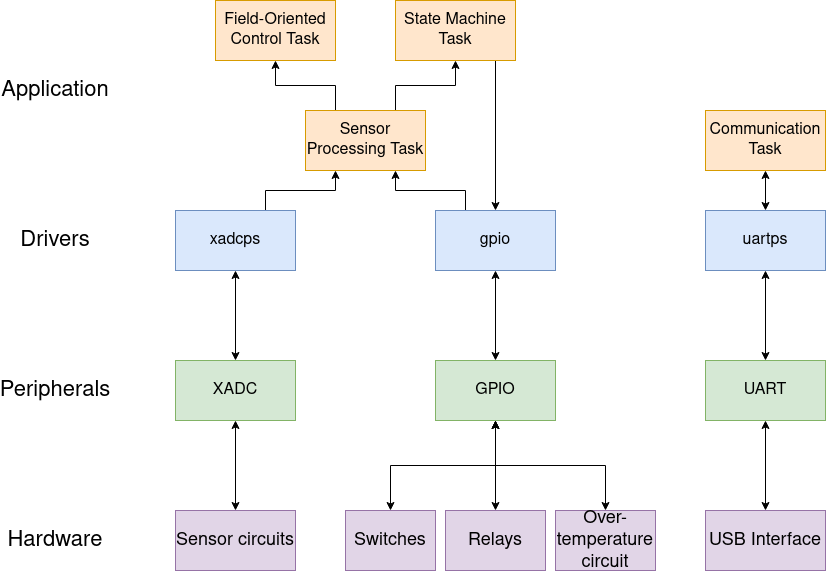
Before: Overview/SoftwareArchitecture.png, a diagram exported from draw.io (SR-Madsen/ElectricGoKart). Source tidied: cells renumbered, new cells last; positions are measured from the earlier drawing's top-left corner, leaving out a move shared by most shapes.
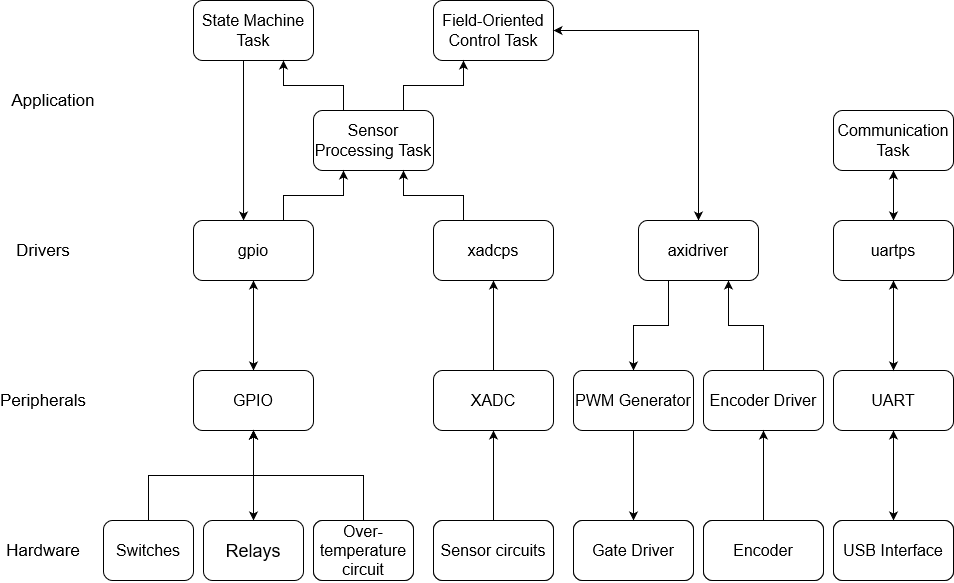
Later version of the same file.

Change to the diagram source:
```diff
@@ -2,108 +2,174 @@
   <root>
     <mxCell id="0" />
     <mxCell id="1" parent="0" />
-    <mxCell id="2" style="edgeStyle=orthogonalEdgeStyle;rounded=0;jettySize=auto;html=1;exitX=0.5;exitY=0;exitDx=0;exitDy=0;entryX=0.5;entryY=1;entryDx=0;entryDy=0;fontSize=16;endArrow=classic;endFill=1;startArrow=classic;startFill=1;" parent="1" edge="1" source="3" target="9">
-      <mxGeometry relative="1" as="geometry" />
-    </mxCell>
-    <mxCell id="3" value="XADC" style="whiteSpace=wrap;html=1;fillColor=#d5e8d4;strokeColor=#82b366;fontSize=16;" parent="1" vertex="1">
-      <mxGeometry x="140" y="360" width="120" height="60" as="geometry" />
-    </mxCell>
-    <mxCell id="4" value="&lt;font style=&quot;font-size: 22px&quot;&gt;Application&lt;/font&gt;" style="text;html=1;strokeColor=none;fillColor=none;align=center;verticalAlign=middle;whiteSpace=wrap;fontSize=18;" parent="1" vertex="1">
-      <mxGeometry y="80" width="40" height="20" as="geometry" />
+    <mxCell id="4" value="&lt;font style=&quot;font-size: 17px;&quot;&gt;Application&lt;/font&gt;" style="text;html=1;strokeColor=none;fillColor=none;align=center;verticalAlign=middle;whiteSpace=wrap;fontSize=17;" parent="1" vertex="1">
+      <mxGeometry x="30" y="80" width="40" height="20" as="geometry" />
     </mxCell>
-    <mxCell id="5" value="&lt;font style=&quot;font-size: 22px&quot;&gt;Drivers&lt;br&gt;&lt;/font&gt;" style="text;html=1;strokeColor=none;fillColor=none;align=center;verticalAlign=middle;whiteSpace=wrap;fontSize=18;" parent="1" vertex="1">
-      <mxGeometry y="230" width="40" height="20" as="geometry" />
+    <mxCell id="5" value="&lt;font style=&quot;font-size: 17px;&quot;&gt;Drivers&lt;br style=&quot;font-size: 17px;&quot;&gt;&lt;/font&gt;" style="text;html=1;strokeColor=none;fillColor=none;align=center;verticalAlign=middle;whiteSpace=wrap;fontSize=17;" parent="1" vertex="1">
+      <mxGeometry x="20" y="230" width="40" height="20" as="geometry" />
     </mxCell>
-    <mxCell id="6" value="&lt;font style=&quot;font-size: 22px&quot;&gt;Peripherals&lt;br&gt;&lt;/font&gt;" style="text;html=1;strokeColor=none;fillColor=none;align=center;verticalAlign=middle;whiteSpace=wrap;fontSize=18;" parent="1" vertex="1">
-      <mxGeometry y="380" width="40" height="20" as="geometry" />
+    <mxCell id="6" value="&lt;font style=&quot;font-size: 17px;&quot;&gt;Peripherals&lt;br style=&quot;font-size: 17px;&quot;&gt;&lt;/font&gt;" style="text;html=1;strokeColor=none;fillColor=none;align=center;verticalAlign=middle;whiteSpace=wrap;fontSize=17;" parent="1" vertex="1">
+      <mxGeometry x="20" y="380" width="40" height="20" as="geometry" />
     </mxCell>
-    <mxCell id="7" value="&lt;font style=&quot;font-size: 22px&quot;&gt;Hardware&lt;br&gt;&lt;/font&gt;" style="text;html=1;strokeColor=none;fillColor=none;align=center;verticalAlign=middle;whiteSpace=wrap;fontSize=18;" parent="1" vertex="1">
-      <mxGeometry y="530" width="40" height="20" as="geometry" />
+    <mxCell id="7" value="&lt;font style=&quot;font-size: 17px;&quot;&gt;Hardware&lt;br style=&quot;font-size: 17px;&quot;&gt;&lt;/font&gt;" style="text;html=1;strokeColor=none;fillColor=none;align=center;verticalAlign=middle;whiteSpace=wrap;fontSize=17;" parent="1" vertex="1">
+      <mxGeometry x="20" y="530" width="40" height="20" as="geometry" />
     </mxCell>
-    <mxCell id="8" style="edgeStyle=orthogonalEdgeStyle;rounded=0;jettySize=auto;html=1;exitX=0.75;exitY=0;exitDx=0;exitDy=0;entryX=0.25;entryY=1;entryDx=0;entryDy=0;" parent="1" edge="1" source="9" target="29">
-      <mxGeometry relative="1" as="geometry" />
-    </mxCell>
-    <mxCell id="9" value="xadcps" style="whiteSpace=wrap;html=1;fillColor=#dae8fc;strokeColor=#6c8ebf;fontSize=16;" parent="1" vertex="1">
-      <mxGeometry x="140" y="210" width="120" height="60" as="geometry" />
-    </mxCell>
-    <mxCell id="10" style="edgeStyle=orthogonalEdgeStyle;rounded=0;jettySize=auto;html=1;exitX=0.5;exitY=0;exitDx=0;exitDy=0;entryX=0.5;entryY=1;entryDx=0;entryDy=0;fontSize=16;startArrow=classic;startFill=1;" parent="1" edge="1" source="11" target="3">
-      <mxGeometry relative="1" as="geometry" />
-    </mxCell>
-    <mxCell id="11" value="Sensor circuits" style="whiteSpace=wrap;html=1;fontSize=18;fillColor=#e1d5e7;strokeColor=#9673a6;" parent="1" vertex="1">
-      <mxGeometry x="140" y="510" width="120" height="60" as="geometry" />
-    </mxCell>
-    <mxCell id="12" value="Switches" style="whiteSpace=wrap;html=1;fontSize=18;fillColor=#e1d5e7;strokeColor=#9673a6;" parent="1" vertex="1">
-      <mxGeometry x="310" y="510" width="90" height="60" as="geometry" />
-    </mxCell>
-    <mxCell id="13" style="edgeStyle=orthogonalEdgeStyle;rounded=0;jettySize=auto;html=1;exitX=0.5;exitY=1;exitDx=0;exitDy=0;entryX=0.5;entryY=0;entryDx=0;entryDy=0;fontSize=16;startArrow=classic;startFill=1;" parent="1" edge="1" source="14" target="12">
-      <mxGeometry relative="1" as="geometry" />
-    </mxCell>
-    <mxCell id="14" value="GPIO" style="whiteSpace=wrap;html=1;fillColor=#d5e8d4;strokeColor=#82b366;fontSize=16;" parent="1" vertex="1">
-      <mxGeometry x="400" y="360" width="120" height="60" as="geometry" />
-    </mxCell>
-    <mxCell id="15" style="edgeStyle=orthogonalEdgeStyle;rounded=0;jettySize=auto;html=1;exitX=0.5;exitY=1;exitDx=0;exitDy=0;entryX=0.5;entryY=0;entryDx=0;entryDy=0;fontSize=16;startArrow=classic;startFill=1;" parent="1" edge="1" source="17" target="14">
-      <mxGeometry relative="1" as="geometry" />
+    <mxCell id="15" style="edgeStyle=orthogonalEdgeStyle;rounded=0;orthogonalLoop=1;jettySize=auto;html=1;exitX=0.5;exitY=1;exitDx=0;exitDy=0;entryX=0.5;entryY=0;entryDx=0;entryDy=0;fontSize=16;startArrow=classic;startFill=1;" parent="1" edge="1">
+      <mxGeometry relative="1" as="geometry">
+        <mxPoint x="250" y="270" as="sourcePoint" />
+        <mxPoint x="250" y="360" as="targetPoint" />
+      </mxGeometry>
     </mxCell>
-    <mxCell id="16" style="edgeStyle=orthogonalEdgeStyle;rounded=0;jettySize=auto;html=1;exitX=0.25;exitY=0;exitDx=0;exitDy=0;entryX=0.75;entryY=1;entryDx=0;entryDy=0;" parent="1" edge="1" source="17" target="29">
-      <mxGeometry relative="1" as="geometry" />
-    </mxCell>
-    <mxCell id="17" value="gpio" style="whiteSpace=wrap;html=1;fillColor=#dae8fc;strokeColor=#6c8ebf;fontSize=16;" parent="1" vertex="1">
-      <mxGeometry x="400" y="210" width="120" height="60" as="geometry" />
-    </mxCell>
-    <mxCell id="18" style="edgeStyle=orthogonalEdgeStyle;rounded=0;jettySize=auto;html=1;exitX=0.5;exitY=0;exitDx=0;exitDy=0;entryX=0.5;entryY=1;entryDx=0;entryDy=0;startArrow=classic;startFill=1;fontSize=16;" parent="1" edge="1" source="19" target="14">
-      <mxGeometry relative="1" as="geometry" />
+    <mxCell id="18" style="edgeStyle=orthogonalEdgeStyle;rounded=0;orthogonalLoop=1;jettySize=auto;html=1;exitX=0.5;exitY=0;exitDx=0;exitDy=0;entryX=0.5;entryY=1;entryDx=0;entryDy=0;startArrow=classic;startFill=1;fontSize=16;" parent="1" edge="1">
+      <mxGeometry relative="1" as="geometry">
+        <mxPoint x="250" y="510" as="sourcePoint" />
+        <mxPoint x="250" y="420" as="targetPoint" />
+      </mxGeometry>
     </mxCell>
-    <mxCell id="19" value="Relays" style="whiteSpace=wrap;html=1;fontSize=18;fillColor=#e1d5e7;strokeColor=#9673a6;" parent="1" vertex="1">
-      <mxGeometry x="410" y="510" width="100" height="60" as="geometry" />
-    </mxCell>
     <mxCell id="20" style="edgeStyle=orthogonalEdgeStyle;rounded=0;jettySize=auto;html=1;exitX=0.5;exitY=1;exitDx=0;exitDy=0;entryX=0.5;entryY=0;entryDx=0;entryDy=0;startArrow=classic;startFill=1;fontSize=16;" parent="1" edge="1" source="21" target="22">
       <mxGeometry relative="1" as="geometry" />
     </mxCell>
-    <mxCell id="21" value="UART" style="whiteSpace=wrap;html=1;fillColor=#d5e8d4;strokeColor=#82b366;fontSize=16;" parent="1" vertex="1">
-      <mxGeometry x="670" y="360" width="120" height="60" as="geometry" />
+    <mxCell id="21" value="UART" style="whiteSpace=wrap;html=1;fontSize=16;rounded=1;" parent="1" vertex="1">
+      <mxGeometry x="830" y="360" width="120" height="60" as="geometry" />
     </mxCell>
-    <mxCell id="22" value="USB Interface" style="whiteSpace=wrap;html=1;fontSize=18;fillColor=#e1d5e7;strokeColor=#9673a6;" parent="1" vertex="1">
-      <mxGeometry x="670" y="510" width="120" height="60" as="geometry" />
+    <mxCell id="22" value="USB Interface" style="whiteSpace=wrap;html=1;fontSize=18;rounded=1;" parent="1" vertex="1">
+      <mxGeometry x="830" y="510" width="120" height="60" as="geometry" />
     </mxCell>
-    <mxCell id="23" style="edgeStyle=orthogonalEdgeStyle;rounded=0;jettySize=auto;html=1;exitX=0.5;exitY=1;exitDx=0;exitDy=0;entryX=0.5;entryY=0;entryDx=0;entryDy=0;startArrow=classic;startFill=1;fontSize=16;" parent="1" edge="1" source="24" target="21">
-      <mxGeometry relative="1" as="geometry" />
+    <mxCell id="23" style="edgeStyle=orthogonalEdgeStyle;rounded=0;jettySize=auto;html=1;exitX=0.5;exitY=1;exitDx=0;exitDy=0;entryX=0.5;entryY=0;entryDx=0;entryDy=0;startArrow=classic;startFill=1;fontSize=16;" parent="1" edge="1" target="21">
+      <mxGeometry relative="1" as="geometry">
+        <mxPoint x="890" y="270" as="sourcePoint" />
+      </mxGeometry>
     </mxCell>
-    <mxCell id="24" value="uartps" style="whiteSpace=wrap;html=1;fillColor=#dae8fc;strokeColor=#6c8ebf;fontSize=16;" parent="1" vertex="1">
-      <mxGeometry x="670" y="210" width="120" height="60" as="geometry" />
-    </mxCell>
-    <mxCell id="25" style="edgeStyle=orthogonalEdgeStyle;rounded=0;jettySize=auto;html=1;startArrow=classic;startFill=1;" parent="1" edge="1" source="26" target="24">
-      <mxGeometry relative="1" as="geometry" />
+    <mxCell id="25" style="edgeStyle=orthogonalEdgeStyle;rounded=0;orthogonalLoop=1;jettySize=auto;html=1;startArrow=classic;startFill=1;" parent="1" edge="1">
+      <mxGeometry relative="1" as="geometry">
+        <mxPoint x="890" y="160" as="sourcePoint" />
+        <mxPoint x="890" y="210" as="targetPoint" />
+      </mxGeometry>
     </mxCell>
-    <mxCell id="26" value="Communication Task" style="whiteSpace=wrap;html=1;fillColor=#ffe6cc;strokeColor=#d79b00;fontSize=16;fontStyle=0;" parent="1" vertex="1">
-      <mxGeometry x="670" y="110" width="120" height="60" as="geometry" />
-    </mxCell>
+    <mxCell id="35" style="edgeStyle=orthogonalEdgeStyle;rounded=0;orthogonalLoop=1;jettySize=auto;html=1;exitX=0.25;exitY=1;exitDx=0;exitDy=0;entryX=0.417;entryY=0;entryDx=0;entryDy=0;entryPerimeter=0;" parent="1" edge="1">
+      <mxGeometry relative="1" as="geometry">
+        <mxPoint x="240" y="50" as="sourcePoint" />
+        <mxPoint x="240" y="210" as="targetPoint" />
+      </mxGeometry>
+    </mxCell>
+    <mxCell id="36" style="edgeStyle=orthogonalEdgeStyle;rounded=0;orthogonalLoop=1;jettySize=auto;html=1;exitX=0.5;exitY=1;exitDx=0;exitDy=0;entryX=0.5;entryY=0;entryDx=0;entryDy=0;startArrow=none;startFill=0;" parent="1" edge="1">
+      <mxGeometry relative="1" as="geometry">
+        <mxPoint x="630" y="420" as="sourcePoint" />
+        <mxPoint x="630" y="510" as="targetPoint" />
+      </mxGeometry>
+    </mxCell>
+    <mxCell id="37" style="edgeStyle=orthogonalEdgeStyle;rounded=0;jettySize=auto;html=1;exitX=0.5;exitY=0;exitDx=0;exitDy=0;entryX=0.75;entryY=1;entryDx=0;entryDy=0;" parent="1" edge="1" source="38">
+      <mxGeometry relative="1" as="geometry">
+        <mxPoint x="725" y="270" as="targetPoint" />
+      </mxGeometry>
+    </mxCell>
+    <mxCell id="38" value="Encoder Driver" style="whiteSpace=wrap;html=1;fontSize=16;rounded=1;" parent="1" vertex="1">
+      <mxGeometry x="700" y="360" width="120" height="60" as="geometry" />
+    </mxCell>
+    <mxCell id="39" style="edgeStyle=orthogonalEdgeStyle;rounded=0;jettySize=auto;html=1;exitX=0.5;exitY=0;exitDx=0;exitDy=0;entryX=0.5;entryY=1;entryDx=0;entryDy=0;" parent="1" edge="1" source="40" target="38">
+      <mxGeometry relative="1" as="geometry" />
+    </mxCell>
+    <mxCell id="40" value="Encoder" style="whiteSpace=wrap;html=1;fontSize=18;rounded=1;" parent="1" vertex="1">
+      <mxGeometry x="700" y="510" width="120" height="60" as="geometry" />
+    </mxCell>
+    <mxCell id="41" style="edgeStyle=orthogonalEdgeStyle;rounded=0;orthogonalLoop=1;jettySize=auto;html=1;exitX=0.5;exitY=0;exitDx=0;exitDy=0;entryX=0.5;entryY=1;entryDx=0;entryDy=0;startArrow=none;startFill=0;" parent="1" edge="1">
+      <mxGeometry relative="1" as="geometry">
+        <mxPoint x="490" y="360" as="sourcePoint" />
+        <mxPoint x="490" y="270" as="targetPoint" />
+      </mxGeometry>
+    </mxCell>
+    <mxCell id="42" style="edgeStyle=orthogonalEdgeStyle;rounded=0;orthogonalLoop=1;jettySize=auto;html=1;exitX=0.5;exitY=0;exitDx=0;exitDy=0;entryX=0.5;entryY=1;entryDx=0;entryDy=0;startArrow=none;startFill=0;" parent="1" edge="1">
+      <mxGeometry relative="1" as="geometry">
+        <mxPoint x="490" y="510" as="sourcePoint" />
+        <mxPoint x="490" y="420" as="targetPoint" />
+      </mxGeometry>
+    </mxCell>
+    <mxCell id="31" value="State Machine Task" style="whiteSpace=wrap;html=1;fontSize=16;fontStyle=0;rounded=1;" parent="1" vertex="1">
+      <mxGeometry x="190" y="-10" width="120" height="60" as="geometry" />
+    </mxCell>
+    <mxCell id="32" value="Field-Oriented Control Task" style="whiteSpace=wrap;html=1;fontSize=16;fontStyle=0;rounded=1;" parent="1" vertex="1">
+      <mxGeometry x="430" y="-10" width="120" height="60" as="geometry" />
+    </mxCell>
-    <mxCell id="27" style="edgeStyle=orthogonalEdgeStyle;rounded=0;jettySize=auto;html=1;exitX=0.75;exitY=0;exitDx=0;exitDy=0;entryX=0.5;entryY=1;entryDx=0;entryDy=0;startArrow=none;startFill=0;" parent="1" edge="1" source="29" target="31">
+    <mxCell id="27" style="edgeStyle=orthogonalEdgeStyle;rounded=0;jettySize=auto;html=1;exitX=0.25;exitY=0;exitDx=0;exitDy=0;entryX=0.75;entryY=1;entryDx=0;entryDy=0;" parent="1" edge="1" source="29" target="31">
       <mxGeometry relative="1" as="geometry" />
     </mxCell>
-    <mxCell id="28" style="edgeStyle=orthogonalEdgeStyle;rounded=0;jettySize=auto;html=1;exitX=0.25;exitY=0;exitDx=0;exitDy=0;entryX=0.5;entryY=1;entryDx=0;entryDy=0;startArrow=none;startFill=0;" parent="1" edge="1" source="29" target="32">
+    <mxCell id="28" style="edgeStyle=orthogonalEdgeStyle;rounded=0;jettySize=auto;html=1;exitX=0.75;exitY=0;exitDx=0;exitDy=0;entryX=0.25;entryY=1;entryDx=0;entryDy=0;" parent="1" edge="1" source="29" target="32">
       <mxGeometry relative="1" as="geometry" />
     </mxCell>
-    <mxCell id="29" value="Sensor Processing Task" style="whiteSpace=wrap;html=1;fillColor=#ffe6cc;strokeColor=#d79b00;fontSize=16;fontStyle=0;" parent="1" vertex="1">
-      <mxGeometry x="270" y="110" width="120" height="60" as="geometry" />
+    <mxCell id="29" value="Sensor Processing Task" style="whiteSpace=wrap;html=1;fontSize=16;fontStyle=0;rounded=1;" parent="1" vertex="1">
+      <mxGeometry x="310" y="100" width="120" height="60" as="geometry" />
     </mxCell>
-    <mxCell id="30" style="edgeStyle=orthogonalEdgeStyle;rounded=0;jettySize=auto;html=1;exitX=0.75;exitY=1;exitDx=0;exitDy=0;entryX=0.5;entryY=0;entryDx=0;entryDy=0;startArrow=none;startFill=0;" parent="1" edge="1" source="31" target="17">
-      <mxGeometry relative="1" as="geometry">
-        <Array as="points">
-          <mxPoint x="460" y="60" />
-        </Array>
-      </mxGeometry>
-    </mxCell>
-    <mxCell id="31" value="State Machine Task" style="whiteSpace=wrap;html=1;fillColor=#ffe6cc;strokeColor=#d79b00;fontSize=16;fontStyle=0;" parent="1" vertex="1">
-      <mxGeometry x="360" width="120" height="60" as="geometry" />
-    </mxCell>
-    <mxCell id="32" value="Field-Oriented Control Task" style="whiteSpace=wrap;html=1;fillColor=#ffe6cc;strokeColor=#d79b00;fontSize=16;fontStyle=0;" parent="1" vertex="1">
-      <mxGeometry x="180" width="120" height="60" as="geometry" />
-    </mxCell>
-    <mxCell id="33" style="edgeStyle=orthogonalEdgeStyle;rounded=0;jettySize=auto;html=1;exitX=0.5;exitY=0;exitDx=0;exitDy=0;entryX=0.5;entryY=1;entryDx=0;entryDy=0;startArrow=classic;startFill=1;" parent="1" edge="1" source="34" target="14">
-      <mxGeometry relative="1" as="geometry" />
-    </mxCell>
-    <mxCell id="34" value="Over-temperature circuit" style="whiteSpace=wrap;html=1;fontSize=18;fillColor=#e1d5e7;strokeColor=#9673a6;" parent="1" vertex="1">
-      <mxGeometry x="520" y="510" width="100" height="60" as="geometry" />
-    </mxCell>
+    <mxCell id="26" value="Communication Task" style="whiteSpace=wrap;html=1;fontSize=16;fontStyle=0;rounded=1;" parent="1" vertex="1">
+      <mxGeometry x="830" y="100" width="120" height="60" as="geometry" />
+    </mxCell>
+    <mxCell id="24" value="uartps" style="whiteSpace=wrap;html=1;fontSize=16;rounded=1;" parent="1" vertex="1">
+      <mxGeometry x="830" y="210" width="120" height="60" as="geometry" />
+    </mxCell>
+    <mxCell id="43" style="edgeStyle=orthogonalEdgeStyle;rounded=0;jettySize=auto;html=1;exitX=0.5;exitY=0;exitDx=0;exitDy=0;entryX=1;entryY=0.5;entryDx=0;entryDy=0;fontSize=17;startArrow=classic;startFill=1;" parent="1" edge="1" source="45" target="32">
+      <mxGeometry relative="1" as="geometry" />
+    </mxCell>
+    <mxCell id="44" style="edgeStyle=orthogonalEdgeStyle;rounded=0;jettySize=auto;html=1;exitX=0.25;exitY=1;exitDx=0;exitDy=0;entryX=0.5;entryY=0;entryDx=0;entryDy=0;fontSize=17;startArrow=none;startFill=0;" parent="1" edge="1" source="45" target="50">
+      <mxGeometry relative="1" as="geometry" />
+    </mxCell>
+    <mxCell id="45" value="axidriver" style="whiteSpace=wrap;html=1;fontSize=16;rounded=1;" parent="1" vertex="1">
+      <mxGeometry x="635" y="210" width="120" height="60" as="geometry" />
+    </mxCell>
+    <mxCell id="8" style="edgeStyle=orthogonalEdgeStyle;rounded=0;jettySize=auto;html=1;exitX=0.25;exitY=0;exitDx=0;exitDy=0;entryX=0.75;entryY=1;entryDx=0;entryDy=0;fontSize=17;startArrow=none;startFill=0;" parent="1" edge="1" source="9" target="29">
+      <mxGeometry relative="1" as="geometry" />
+    </mxCell>
+    <mxCell id="9" value="xadcps" style="whiteSpace=wrap;html=1;fontSize=16;rounded=1;" parent="1" vertex="1">
+      <mxGeometry x="430" y="210" width="120" height="60" as="geometry" />
+    </mxCell>
+    <mxCell id="16" style="edgeStyle=orthogonalEdgeStyle;rounded=0;jettySize=auto;html=1;exitX=0.75;exitY=0;exitDx=0;exitDy=0;entryX=0.25;entryY=1;entryDx=0;entryDy=0;fontSize=17;startArrow=none;startFill=0;" parent="1" edge="1" source="17" target="29">
+      <mxGeometry relative="1" as="geometry" />
+    </mxCell>
+    <mxCell id="17" value="gpio" style="whiteSpace=wrap;html=1;fontSize=16;rounded=1;" parent="1" vertex="1">
+      <mxGeometry x="190" y="210" width="120" height="60" as="geometry" />
+    </mxCell>
+    <mxCell id="14" value="GPIO" style="whiteSpace=wrap;html=1;fontSize=16;rounded=1;" parent="1" vertex="1">
+      <mxGeometry x="190" y="360" width="120" height="60" as="geometry" />
+    </mxCell>
+    <mxCell id="46" style="edgeStyle=orthogonalEdgeStyle;rounded=0;jettySize=auto;html=1;exitX=0.5;exitY=0;exitDx=0;exitDy=0;entryX=0.5;entryY=1;entryDx=0;entryDy=0;fontSize=17;startArrow=none;startFill=0;" parent="1" edge="1" source="12" target="14">
+      <mxGeometry relative="1" as="geometry" />
+    </mxCell>
+    <mxCell id="12" value="Switches" style="whiteSpace=wrap;html=1;fontSize=16;rounded=1;" parent="1" vertex="1">
+      <mxGeometry x="100" y="510" width="90" height="60" as="geometry" />
+    </mxCell>
+    <mxCell id="19" value="Relays" style="whiteSpace=wrap;html=1;fontSize=18;rounded=1;" parent="1" vertex="1">
+      <mxGeometry x="200" y="510" width="100" height="60" as="geometry" />
+    </mxCell>
+    <mxCell id="47" style="edgeStyle=orthogonalEdgeStyle;rounded=0;jettySize=auto;html=1;exitX=0.5;exitY=0;exitDx=0;exitDy=0;entryX=0.5;entryY=1;entryDx=0;entryDy=0;fontSize=17;startArrow=none;startFill=0;" parent="1" edge="1" source="48" target="14">
+      <mxGeometry relative="1" as="geometry" />
+    </mxCell>
+    <mxCell id="48" value="Over-temperature circuit" style="whiteSpace=wrap;html=1;fontSize=18;rounded=1;" parent="1" vertex="1">
+      <mxGeometry x="310" y="510" width="100" height="60" as="geometry" />
+    </mxCell>
+    <mxCell id="3" value="XADC" style="whiteSpace=wrap;html=1;fontSize=16;rounded=1;" parent="1" vertex="1">
+      <mxGeometry x="430" y="360" width="120" height="60" as="geometry" />
+    </mxCell>
+    <mxCell id="49" value="Sensor circuits" style="whiteSpace=wrap;html=1;fontSize=18;rounded=1;" parent="1" vertex="1">
+      <mxGeometry x="430" y="510" width="120" height="60" as="geometry" />
+    </mxCell>
+    <mxCell id="50" value="PWM Generator" style="whiteSpace=wrap;html=1;fontSize=16;rounded=1;" parent="1" vertex="1">
+      <mxGeometry x="570" y="360" width="120" height="60" as="geometry" />
+    </mxCell>
+    <mxCell id="51" value="Gate Driver" style="whiteSpace=wrap;html=1;fontSize=18;rounded=1;" parent="1" vertex="1">
+      <mxGeometry x="570" y="510" width="120" height="60" as="geometry" />
+    </mxCell>
+    <mxCell id="52" value="USB Interface" style="whiteSpace=wrap;html=1;fontSize=16;rounded=1;" parent="1" vertex="1">
+      <mxGeometry x="830" y="510" width="120" height="60" as="geometry" />
+    </mxCell>
+    <mxCell id="53" value="Encoder" style="whiteSpace=wrap;html=1;fontSize=16;rounded=1;" parent="1" vertex="1">
+      <mxGeometry x="700" y="510" width="120" height="60" as="geometry" />
+    </mxCell>
+    <mxCell id="54" value="Gate Driver" style="whiteSpace=wrap;html=1;fontSize=16;rounded=1;" parent="1" vertex="1">
+      <mxGeometry x="570" y="510" width="120" height="60" as="geometry" />
+    </mxCell>
+    <mxCell id="55" value="Sensor circuits" style="whiteSpace=wrap;html=1;fontSize=16;rounded=1;" parent="1" vertex="1">
+      <mxGeometry x="430" y="510" width="120" height="60" as="geometry" />
+    </mxCell>
+    <mxCell id="56" value="Over-temperature circuit" style="whiteSpace=wrap;html=1;fontSize=16;rounded=1;" parent="1" vertex="1">
+      <mxGeometry x="310" y="510" width="100" height="60" as="geometry" />
+    </mxCell>
   </root>
 </mxGraphModel>
```
